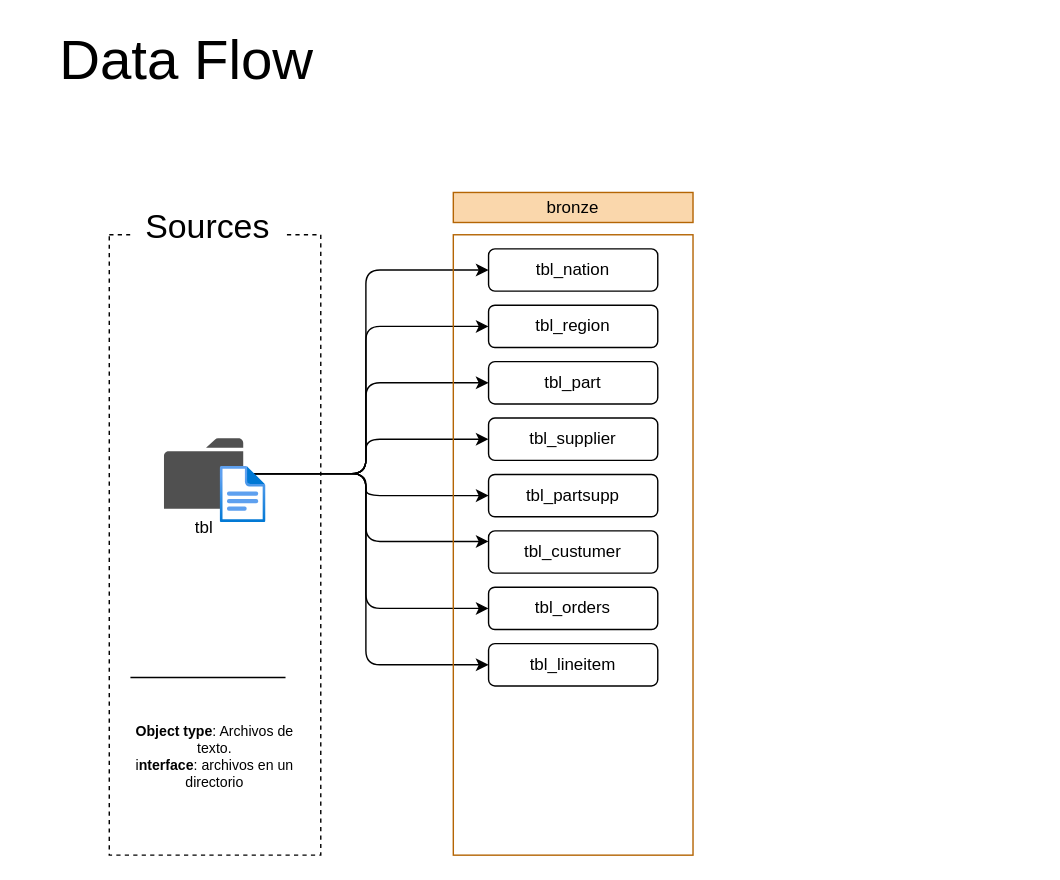
Above: docs/dataflow.drawio in CaletOrtiz/sql-datawarehouse-project (draw.io), before the change. Source tidied: cells renumbered, new cells numbered last; positions are measured from the earlier drawing's top-left corner, leaving out a move shared by most shapes. Both pictures are drawn from the tidied source at 141%, with x=0, y=0 at pixel (24, 37).
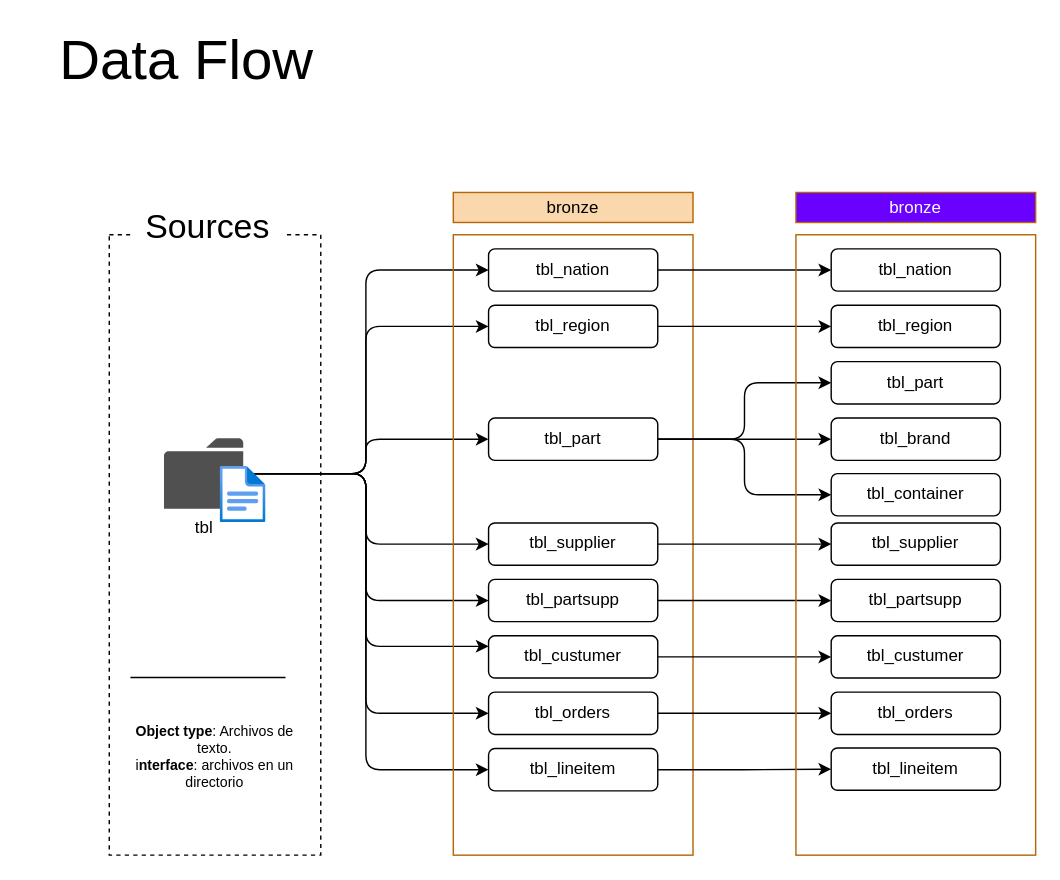
Above is the later version.

Commit message (it also covers changes not shown here):
feat: update dataflow diagram with new tables and connections for bronze layer

Unchanged cells that the change refers to:
```xml
<mxCell id="18" value="tbl_nation" style="rounded=1;whiteSpace=wrap;html=1;" parent="1" vertex="1">
  <mxGeometry x="329" y="150" width="120" height="30" as="geometry" />
</mxCell>
<mxCell id="19" value="tbl_region" style="rounded=1;whiteSpace=wrap;html=1;" parent="1" vertex="1">
  <mxGeometry x="329" y="190" width="120" height="30" as="geometry" />
</mxCell>
```

Change to the diagram source:
```diff
@@
+    <mxCell id="27" style="edgeStyle=orthogonalEdgeStyle;rounded=0;jettySize=auto;html=1;entryX=0;entryY=0.5;entryDx=0;entryDy=0;" parent="1" edge="1" source="18" target="39">
+      <mxGeometry relative="1" as="geometry" />
+    </mxCell>
@@
+    <mxCell id="28" style="edgeStyle=orthogonalEdgeStyle;rounded=0;jettySize=auto;html=1;entryX=0;entryY=0.5;entryDx=0;entryDy=0;" parent="1" edge="1" source="19" target="40">
+      <mxGeometry relative="1" as="geometry" />
+    </mxCell>
@@
+    <mxCell id="29" style="edgeStyle=orthogonalEdgeStyle;rounded=1;jettySize=auto;html=1;entryX=0;entryY=0.5;entryDx=0;entryDy=0;curved=0;" parent="1" edge="1" source="20" target="41">
+      <mxGeometry relative="1" as="geometry" />
+    </mxCell>
+    <mxCell id="30" style="edgeStyle=orthogonalEdgeStyle;rounded=1;jettySize=auto;html=1;entryX=0;entryY=0.5;entryDx=0;entryDy=0;curved=0;" parent="1" edge="1" source="20" target="42">
+      <mxGeometry relative="1" as="geometry" />
+    </mxCell>
+    <mxCell id="31" style="edgeStyle=orthogonalEdgeStyle;rounded=1;jettySize=auto;html=1;entryX=0;entryY=0.5;entryDx=0;entryDy=0;curved=0;" parent="1" edge="1" source="20" target="47">
+      <mxGeometry relative="1" as="geometry" />
+    </mxCell>
     <mxCell id="20" value="tbl_part" style="rounded=1;whiteSpace=wrap;html=1;" parent="1" vertex="1">
-      <mxGeometry x="329" y="230" width="120" height="30" as="geometry" />
+      <mxGeometry x="329" y="270" width="120" height="30" as="geometry" />
     </mxCell>
+    <mxCell id="32" style="edgeStyle=orthogonalEdgeStyle;rounded=1;jettySize=auto;html=1;entryX=0;entryY=0.5;entryDx=0;entryDy=0;curved=0;" parent="1" edge="1" source="21" target="43">
+      <mxGeometry relative="1" as="geometry" />
+    </mxCell>
     <mxCell id="21" value="tbl_supplier" style="rounded=1;whiteSpace=wrap;html=1;" parent="1" vertex="1">
-      <mxGeometry x="329" y="270" width="120" height="30" as="geometry" />
+      <mxGeometry x="329" y="344.4" width="120" height="30" as="geometry" />
     </mxCell>
+    <mxCell id="33" style="edgeStyle=orthogonalEdgeStyle;rounded=0;jettySize=auto;html=1;entryX=0;entryY=0.5;entryDx=0;entryDy=0;" parent="1" edge="1" source="22" target="44">
+      <mxGeometry relative="1" as="geometry" />
+    </mxCell>
     <mxCell id="22" value="tbl_partsupp" style="rounded=1;whiteSpace=wrap;html=1;" parent="1" vertex="1">
-      <mxGeometry x="329" y="310" width="120" height="30" as="geometry" />
+      <mxGeometry x="329" y="384.4" width="120" height="30" as="geometry" />
     </mxCell>
+    <mxCell id="34" style="edgeStyle=orthogonalEdgeStyle;rounded=0;jettySize=auto;html=1;entryX=0;entryY=0.5;entryDx=0;entryDy=0;" parent="1" edge="1" source="23" target="45">
+      <mxGeometry relative="1" as="geometry" />
+    </mxCell>
     <mxCell id="23" value="tbl_custumer" style="rounded=1;whiteSpace=wrap;html=1;" parent="1" vertex="1">
-      <mxGeometry x="329" y="350" width="120" height="30" as="geometry" />
+      <mxGeometry x="329" y="424.4" width="120" height="30" as="geometry" />
     </mxCell>
+    <mxCell id="35" style="edgeStyle=orthogonalEdgeStyle;rounded=0;jettySize=auto;html=1;entryX=0;entryY=0.5;entryDx=0;entryDy=0;" parent="1" edge="1" source="24" target="46">
+      <mxGeometry relative="1" as="geometry" />
+    </mxCell>
     <mxCell id="24" value="tbl_orders" style="rounded=1;whiteSpace=wrap;html=1;" parent="1" vertex="1">
-      <mxGeometry x="329" y="390" width="120" height="30" as="geometry" />
+      <mxGeometry x="329" y="464.4" width="120" height="30" as="geometry" />
     </mxCell>
+    <mxCell id="36" style="edgeStyle=orthogonalEdgeStyle;rounded=0;jettySize=auto;html=1;entryX=0;entryY=0.5;entryDx=0;entryDy=0;" parent="1" edge="1" source="25" target="48">
+      <mxGeometry relative="1" as="geometry" />
+    </mxCell>
     <mxCell id="25" value="tbl_lineitem" style="rounded=1;whiteSpace=wrap;html=1;" parent="1" vertex="1">
-      <mxGeometry x="329" y="430" width="120" height="30" as="geometry" />
+      <mxGeometry x="329" y="504.4" width="120" height="30" as="geometry" />
     </mxCell>
@@
+    <mxCell id="37" value="bronze" style="rounded=0;whiteSpace=wrap;html=1;fillColor=light-dark(#6A00FF,#C3ABD0);strokeColor=light-dark(#B46504,#B3B3B3);fontColor=#ffffff;" parent="1" vertex="1">
+      <mxGeometry x="547" y="110" width="170" height="21.3" as="geometry" />
+    </mxCell>
+    <mxCell id="38" style="rounded=0;whiteSpace=wrap;html=1;fillColor=none;strokeColor=light-dark(#B46504,#C3ABD0);" parent="1" vertex="1">
+      <mxGeometry x="547" y="140" width="170" height="440" as="geometry" />
+    </mxCell>
+    <mxCell id="39" value="tbl_nation" style="rounded=1;whiteSpace=wrap;html=1;" parent="1" vertex="1">
+      <mxGeometry x="572" y="150" width="120" height="30" as="geometry" />
+    </mxCell>
+    <mxCell id="40" value="tbl_region" style="rounded=1;whiteSpace=wrap;html=1;" parent="1" vertex="1">
+      <mxGeometry x="572" y="190" width="120" height="30" as="geometry" />
+    </mxCell>
+    <mxCell id="41" value="tbl_part" style="rounded=1;whiteSpace=wrap;html=1;" parent="1" vertex="1">
+      <mxGeometry x="572" y="230" width="120" height="30" as="geometry" />
+    </mxCell>
+    <mxCell id="42" value="tbl_brand" style="rounded=1;whiteSpace=wrap;html=1;" parent="1" vertex="1">
+      <mxGeometry x="572" y="270" width="120" height="30" as="geometry" />
+    </mxCell>
+    <mxCell id="43" value="tbl_supplier" style="rounded=1;whiteSpace=wrap;html=1;" parent="1" vertex="1">
+      <mxGeometry x="572" y="344.4" width="120" height="30" as="geometry" />
+    </mxCell>
+    <mxCell id="44" value="tbl_partsupp" style="rounded=1;whiteSpace=wrap;html=1;" parent="1" vertex="1">
+      <mxGeometry x="572" y="384.4" width="120" height="30" as="geometry" />
+    </mxCell>
+    <mxCell id="45" value="tbl_custumer" style="rounded=1;whiteSpace=wrap;html=1;" parent="1" vertex="1">
+      <mxGeometry x="572" y="424.4" width="120" height="30" as="geometry" />
+    </mxCell>
+    <mxCell id="46" value="tbl_orders" style="rounded=1;whiteSpace=wrap;html=1;" parent="1" vertex="1">
+      <mxGeometry x="572" y="464.4" width="120" height="30" as="geometry" />
+    </mxCell>
+    <mxCell id="47" value="tbl_container" style="rounded=1;whiteSpace=wrap;html=1;" parent="1" vertex="1">
+      <mxGeometry x="572" y="309.4" width="120" height="30" as="geometry" />
+    </mxCell>
+    <mxCell id="48" value="tbl_lineitem" style="rounded=1;whiteSpace=wrap;html=1;" parent="1" vertex="1">
+      <mxGeometry x="572" y="504" width="120" height="30" as="geometry" />
+    </mxCell>
```
